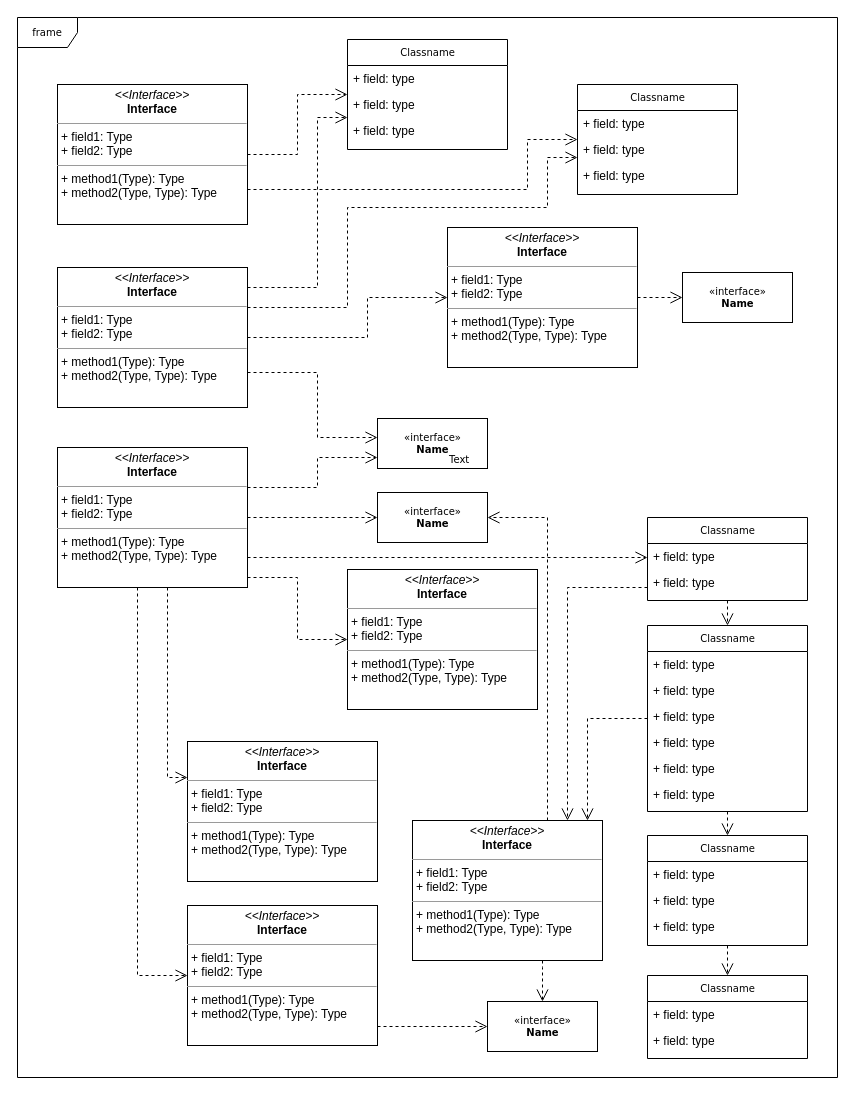
Earlier version of the draw.io diagram Untitled Diagram.drawio (AngelAdames/CSC-211-Team-Project). Source tidied: cells renumbered, new cells numbered last; positions are measured from the earlier drawing's top-left corner, leaving out a move shared by most shapes. Both pictures are drawn from the tidied source at 100%, with x=0, y=0 at pixel (17, 17).
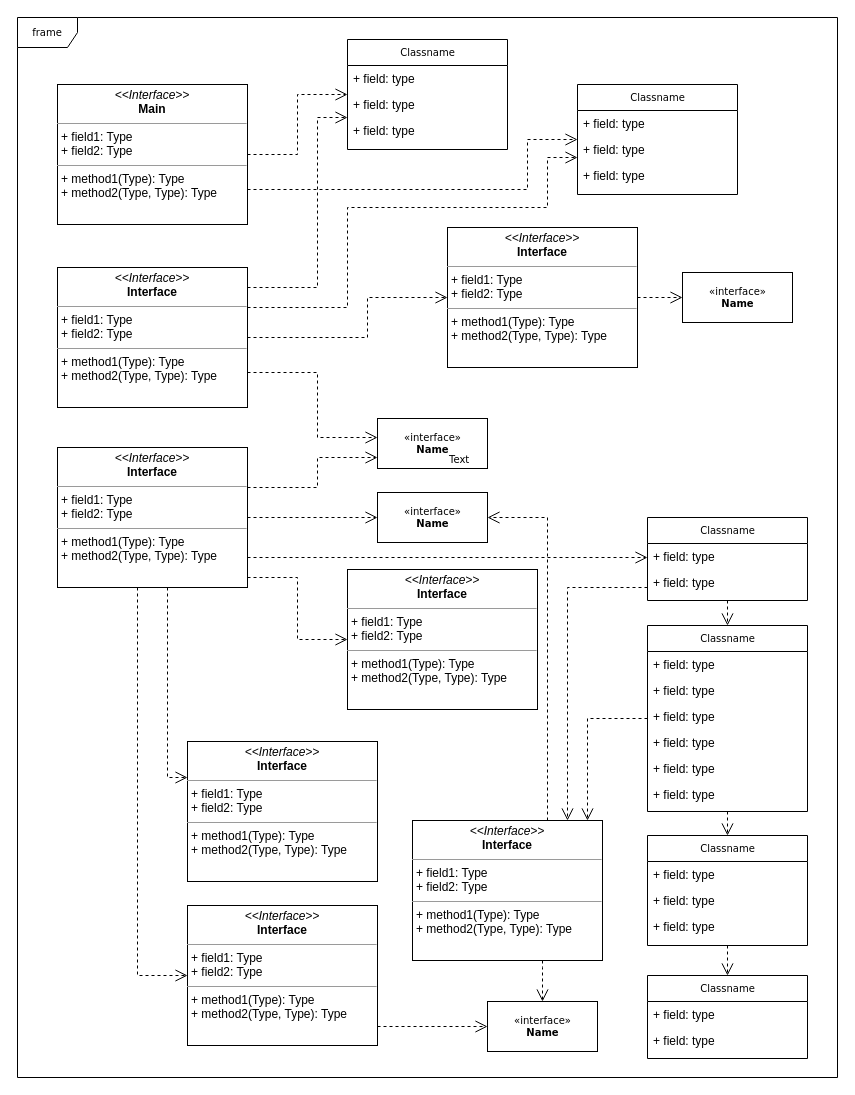
The same page after the edit.

Commit message:
UML Diagram (draft)

Diff of the diagram source:
```diff
@@
-    <mxCell id="48" value="&lt;p style=&quot;margin:0px;margin-top:4px;text-align:center;&quot;&gt;&lt;i&gt;&amp;lt;&amp;lt;Interface&amp;gt;&amp;gt;&lt;/i&gt;&lt;br/&gt;&lt;b&gt;Interface&lt;/b&gt;&lt;/p&gt;&lt;hr size=&quot;1&quot;/&gt;&lt;p style=&quot;margin:0px;margin-left:4px;&quot;&gt;+ field1: Type&lt;br/&gt;+ field2: Type&lt;/p&gt;&lt;hr size=&quot;1&quot;/&gt;&lt;p style=&quot;margin:0px;margin-left:4px;&quot;&gt;+ method1(Type): Type&lt;br/&gt;+ method2(Type, Type): Type&lt;/p&gt;" style="verticalAlign=top;align=left;overflow=fill;fontSize=12;fontFamily=Helvetica;html=1;rounded=0;shadow=0;comic=0;labelBackgroundColor=none;strokeWidth=1;" parent="1" vertex="1">
+    <mxCell id="48" value="&lt;p style=&quot;margin:0px;margin-top:4px;text-align:center;&quot;&gt;&lt;i&gt;&amp;lt;&amp;lt;Interface&amp;gt;&amp;gt;&lt;/i&gt;&lt;br&gt;&lt;b&gt;Main&lt;/b&gt;&lt;/p&gt;&lt;hr size=&quot;1&quot;&gt;&lt;p style=&quot;margin:0px;margin-left:4px;&quot;&gt;+ field1: Type&lt;br&gt;+ field2: Type&lt;/p&gt;&lt;hr size=&quot;1&quot;&gt;&lt;p style=&quot;margin:0px;margin-left:4px;&quot;&gt;+ method1(Type): Type&lt;br&gt;+ method2(Type, Type): Type&lt;/p&gt;" style="verticalAlign=top;align=left;overflow=fill;fontSize=12;fontFamily=Helvetica;html=1;rounded=0;shadow=0;comic=0;labelBackgroundColor=none;strokeWidth=1;" parent="1" vertex="1">
       <mxGeometry x="40" y="67" width="190" height="140" as="geometry" />
     </mxCell>
```
